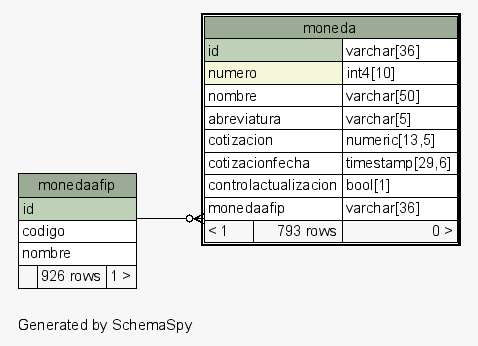
This is postgresql/schemaSpy/salida/diagrams/moneda.1degree.png from diegopablomansilla/massoftware_front, a Graphviz export, as it was before one commit. Its source is kept beside it as postgresql/schemaSpy/salida/diagrams/moneda.1degree.dot.
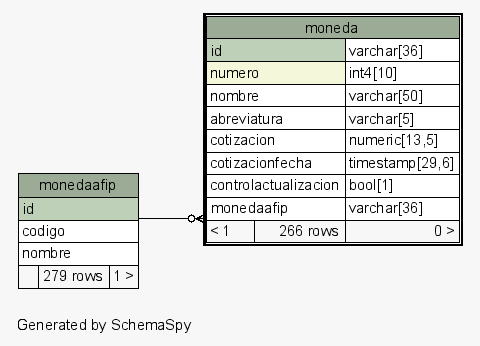
Above is the later version.

What changed in the source:
```diff
@@ -30,7 +30,7 @@
       <TR><TD PORT="cotizacionfecha" COLSPAN="2" ALIGN="LEFT">cotizacionfecha</TD><TD PORT="cotizacionfecha.type" ALIGN="LEFT">timestamp[29,6]</TD></TR>
       <TR><TD PORT="controlactualizacion" COLSPAN="2" ALIGN="LEFT">controlactualizacion</TD><TD PORT="controlactualizacion.type" ALIGN="LEFT">bool[1]</TD></TR>
       <TR><TD PORT="monedaafip" COLSPAN="2" ALIGN="LEFT">monedaafip</TD><TD PORT="monedaafip.type" ALIGN="LEFT">varchar[36]</TD></TR>
-      <TR><TD ALIGN="LEFT" BGCOLOR="#f7f7f7">&lt; 1</TD><TD ALIGN="RIGHT" BGCOLOR="#f7f7f7">793 rows</TD><TD ALIGN="RIGHT" BGCOLOR="#f7f7f7">0 &gt;</TD></TR>
+      <TR><TD ALIGN="LEFT" BGCOLOR="#f7f7f7">&lt; 1</TD><TD ALIGN="RIGHT" BGCOLOR="#f7f7f7">266 rows</TD><TD ALIGN="RIGHT" BGCOLOR="#f7f7f7">0 &gt;</TD></TR>
     </TABLE>>
     URL="moneda.html"
     tooltip="moneda"
@@ -42,7 +42,7 @@
       <TR><TD PORT="id" COLSPAN="3" BGCOLOR="#bed1b8" ALIGN="LEFT">id</TD></TR>
       <TR><TD PORT="codigo" COLSPAN="3" ALIGN="LEFT">codigo</TD></TR>
       <TR><TD PORT="nombre" COLSPAN="3" ALIGN="LEFT">nombre</TD></TR>
-      <TR><TD ALIGN="LEFT" BGCOLOR="#f7f7f7">  </TD><TD ALIGN="RIGHT" BGCOLOR="#f7f7f7">926 rows</TD><TD ALIGN="RIGHT" BGCOLOR="#f7f7f7">1 &gt;</TD></TR>
+      <TR><TD ALIGN="LEFT" BGCOLOR="#f7f7f7">  </TD><TD ALIGN="RIGHT" BGCOLOR="#f7f7f7">279 rows</TD><TD ALIGN="RIGHT" BGCOLOR="#f7f7f7">1 &gt;</TD></TR>
     </TABLE>>
     URL="monedaafip.html"
     tooltip="monedaafip"
```
